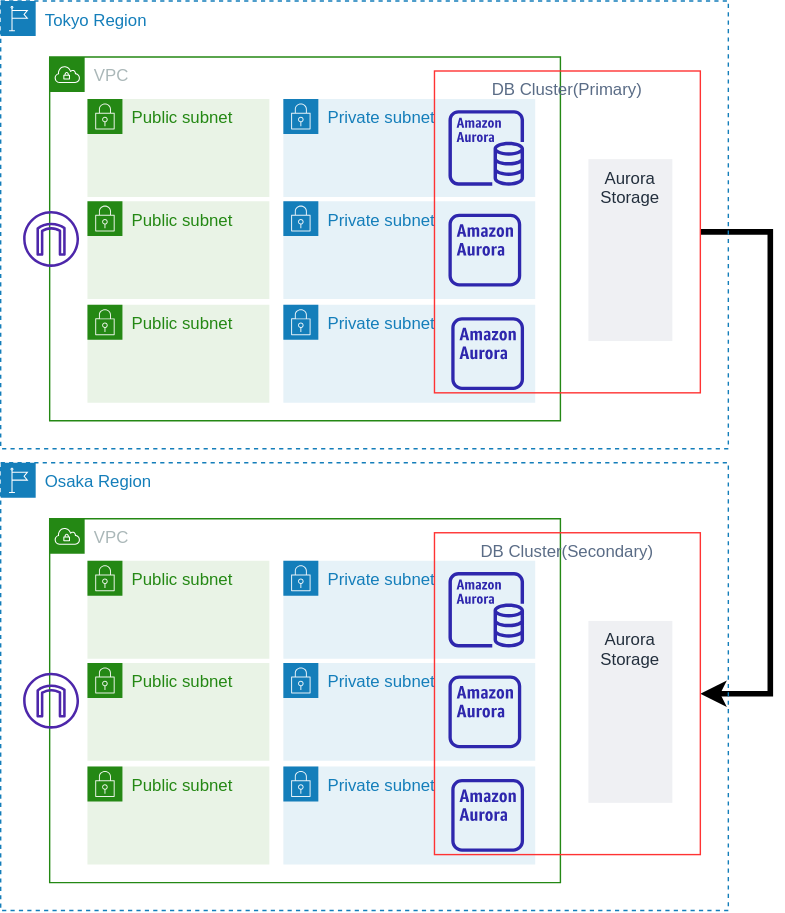
Above: Documents/diagram.svg in Noppy/RDS-Aurora-GlobalDatabase-PosgreSQL-CLI (draw.io), before the change. Source tidied: cells renumbered, new cells last; positions are measured from the earlier drawing's top-left corner, leaving out a move shared by most shapes.
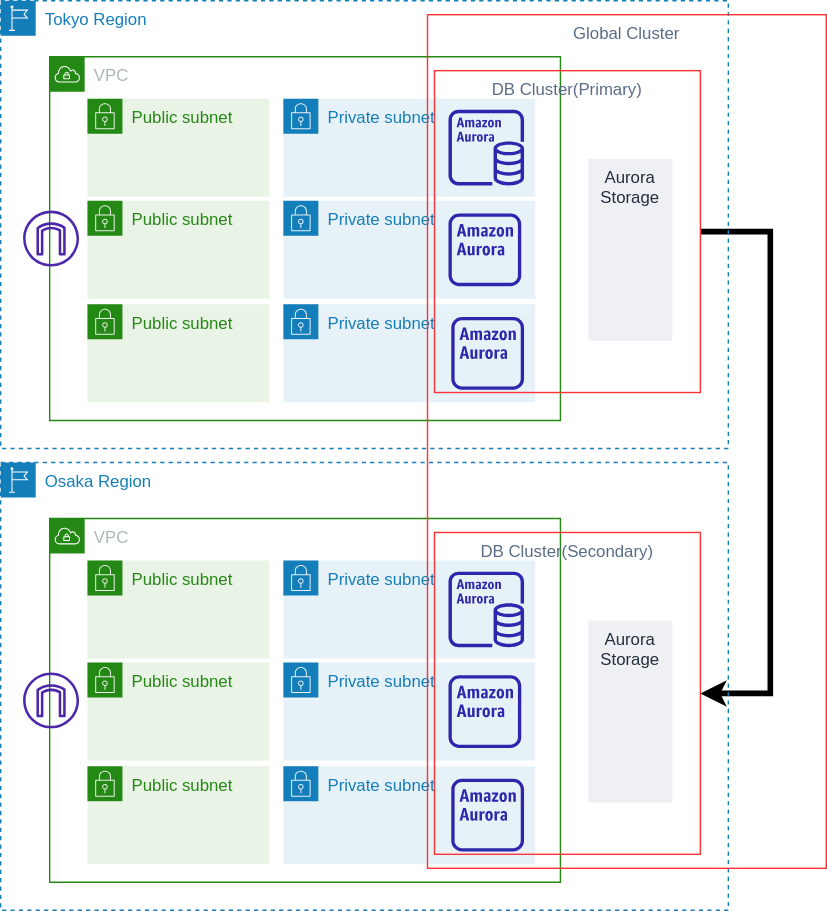
Later version of the same file.

The edit, as a diff of the source:
```diff
@@ -94,5 +94,8 @@
     <mxCell id="30" value="Aurora&#10;Storage" style="fillColor=#EFF0F3;strokeColor=none;dashed=0;verticalAlign=top;fontStyle=0;fontColor=#232F3D;" parent="1" vertex="1">
       <mxGeometry x="420" y="443" width="60" height="130" as="geometry" />
     </mxCell>
+    <mxCell id="31" value="Global Cluster" style="fillColor=none;strokeColor=#FF3333;verticalAlign=top;fontStyle=0;fontColor=#5A6C86;" parent="1" vertex="1">
+      <mxGeometry x="305" y="10" width="285" height="610" as="geometry" />
+    </mxCell>
   </root>
 </mxGraphModel>
```
